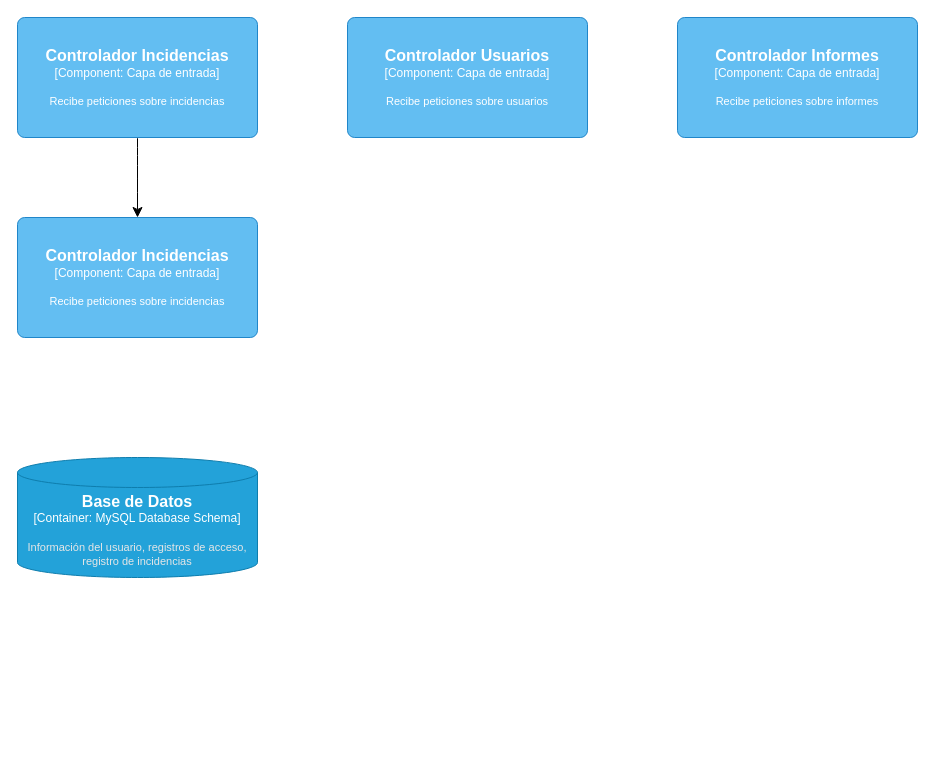
Above: Diagrams/DiagramaC4(Nivel3).drawio in javimoralesg/UrbanDesk (draw.io), before the change. Source tidied: cells renumbered, new cells numbered last; positions are measured from the earlier drawing's top-left corner, leaving out a move shared by most shapes. Both pictures are drawn from the tidied source at 100%, with x=0, y=0 at pixel (17, 17).
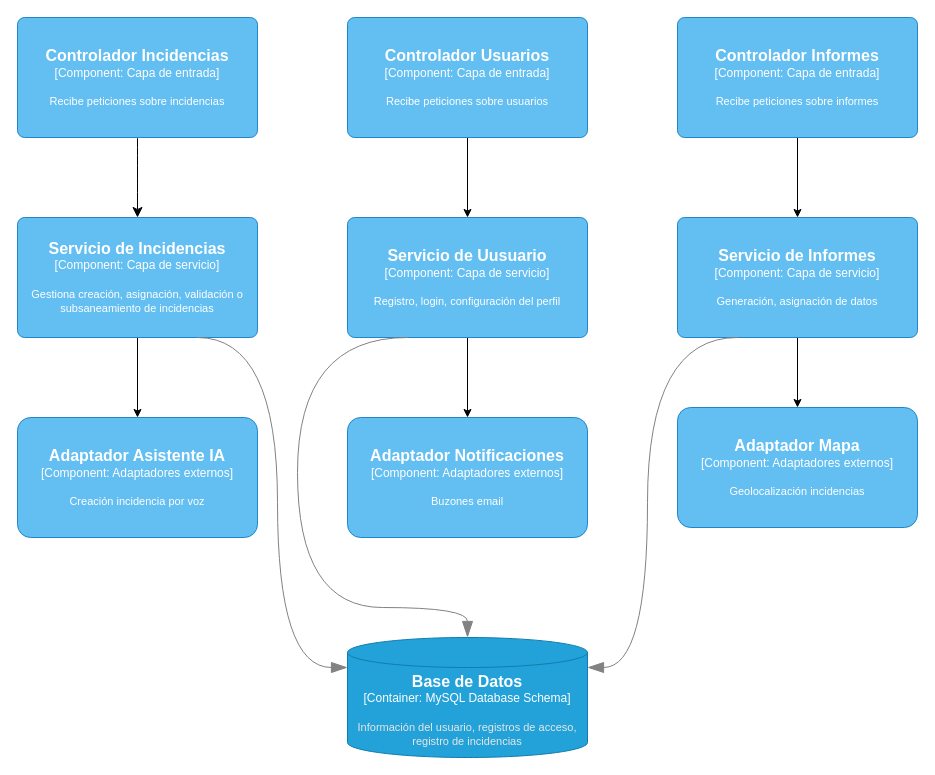
Above is the later version.

Commit message:
Correcciones en el DiagramaC4 (Nivel3)

Change to the diagram source:
```diff
@@
-    <mxCell id="0" />
-    <mxCell id="1" parent="0" />
+    <mxCell id="8" />
+    <mxCell id="9" parent="8" />
     <object id="2" label="&lt;font style=&quot;font-size: 16px&quot;&gt;&lt;b&gt;%c4Name%&lt;/b&gt;&lt;/font&gt;&lt;div&gt;[%c4Type%:&amp;nbsp;%c4Technology%]&lt;/div&gt;&lt;br&gt;&lt;div&gt;&lt;font style=&quot;font-size: 11px&quot;&gt;&lt;font color=&quot;#E6E6E6&quot;&gt;%c4Description%&lt;/font&gt;&lt;/div&gt;" c4Description="Información del usuario, registros de acceso, registro de incidencias" c4Name="Base de Datos" c4Technology="MySQL Database Schema" c4Type="Container" placeholders="1">
-      <mxCell style="shape=cylinder3;size=15;whiteSpace=wrap;html=1;boundedLbl=1;rounded=0;labelBackgroundColor=none;fillColor=#23A2D9;fontSize=12;fontColor=#ffffff;align=center;strokeColor=#0E7DAD;points=[[0.5,0,0],[1,0.25,0],[1,0.5,0],[1,0.75,0],[0.5,1,0],[0,0.75,0],[0,0.5,0],[0,0.25,0]];" parent="1" vertex="1">
-        <mxGeometry y="440" width="240" height="120" as="geometry" />
+      <mxCell style="shape=cylinder3;size=15;whiteSpace=wrap;html=1;boundedLbl=1;rounded=0;labelBackgroundColor=none;fillColor=#23A2D9;fontSize=12;fontColor=#ffffff;align=center;strokeColor=#0E7DAD;points=[[0.5,0,0],[1,0.25,0],[1,0.5,0],[1,0.75,0],[0.5,1,0],[0,0.75,0],[0,0.5,0],[0,0.25,0]];" parent="9" vertex="1">
+        <mxGeometry x="330" y="620" width="240" height="120" as="geometry" />
       </mxCell>
     </object>
-    <mxCell id="3" style="edgeStyle=none;curved=1;rounded=0;jettySize=auto;html=1;fontSize=12;startSize=8;endSize=8;" parent="1" edge="1" source="4" target="7">
-      <mxGeometry relative="1" as="geometry" />
-    </mxCell>
-    <object id="4" label="&lt;font style=&quot;font-size: 16px&quot;&gt;&lt;b&gt;%c4Name%&lt;/b&gt;&lt;/font&gt;&lt;div&gt;[%c4Type%: %c4Technology%]&lt;/div&gt;&lt;br&gt;&lt;div&gt;&lt;font style=&quot;font-size: 11px&quot;&gt;%c4Description%&lt;/font&gt;&lt;/div&gt;" c4Description="Recibe peticiones sobre incidencias" c4Name="Controlador Incidencias" c4Technology="Capa de entrada" c4Type="Component" placeholders="1">
-      <mxCell style="rounded=1;whiteSpace=wrap;html=1;labelBackgroundColor=none;fillColor=#63BEF2;fontColor=#ffffff;align=center;arcSize=6;strokeColor=#2086C9;points=[[0.25,0,0],[0.5,0,0],[0.75,0,0],[1,0.25,0],[1,0.5,0],[1,0.75,0],[0.75,1,0],[0.5,1,0],[0.25,1,0],[0,0.75,0],[0,0.5,0],[0,0.25,0]];" parent="1" vertex="1">
-        <mxGeometry width="240" height="120" as="geometry" />
-      </mxCell>
-    </object>
+    <mxCell id="10" style="edgeStyle=none;curved=1;rounded=0;jettySize=auto;html=1;fontSize=12;startSize=8;endSize=8;" parent="9" edge="1" source="11" target="15">
+      <mxGeometry relative="1" as="geometry" />
+    </mxCell>
+    <object id="11" label="&lt;font style=&quot;font-size: 16px&quot;&gt;&lt;b&gt;%c4Name%&lt;/b&gt;&lt;/font&gt;&lt;div&gt;[%c4Type%: %c4Technology%]&lt;/div&gt;&lt;br&gt;&lt;div&gt;&lt;font style=&quot;font-size: 11px&quot;&gt;%c4Description%&lt;/font&gt;&lt;/div&gt;" c4Description="Recibe peticiones sobre incidencias" c4Name="Controlador Incidencias" c4Technology="Capa de entrada" c4Type="Component" placeholders="1">
+      <mxCell style="rounded=1;whiteSpace=wrap;html=1;labelBackgroundColor=none;fillColor=#63BEF2;fontColor=#ffffff;align=center;arcSize=6;strokeColor=#2086C9;points=[[0.25,0,0],[0.5,0,0],[0.75,0,0],[1,0.25,0],[1,0.5,0],[1,0.75,0],[0.75,1,0],[0.5,1,0],[0.25,1,0],[0,0.75,0],[0,0.5,0],[0,0.25,0]];" parent="9" vertex="1">
+        <mxGeometry width="240" height="120" as="geometry" />
+      </mxCell>
+    </object>
+    <mxCell id="12" style="edgeStyle=orthogonalEdgeStyle;rounded=0;jettySize=auto;html=1;" parent="9" edge="1" source="5" target="17">
+      <mxGeometry relative="1" as="geometry" />
+    </mxCell>
     <object id="5" label="&lt;font style=&quot;font-size: 16px&quot;&gt;&lt;b&gt;%c4Name%&lt;/b&gt;&lt;/font&gt;&lt;div&gt;[%c4Type%: %c4Technology%]&lt;/div&gt;&lt;br&gt;&lt;div&gt;&lt;font style=&quot;font-size: 11px&quot;&gt;%c4Description%&lt;/font&gt;&lt;/div&gt;" c4Description="Recibe peticiones sobre usuarios" c4Name="Controlador Usuarios" c4Technology="Capa de entrada" c4Type="Component" placeholders="1">
-      <mxCell style="rounded=1;whiteSpace=wrap;html=1;labelBackgroundColor=none;fillColor=#63BEF2;fontColor=#ffffff;align=center;arcSize=6;strokeColor=#2086C9;points=[[0.25,0,0],[0.5,0,0],[0.75,0,0],[1,0.25,0],[1,0.5,0],[1,0.75,0],[0.75,1,0],[0.5,1,0],[0.25,1,0],[0,0.75,0],[0,0.5,0],[0,0.25,0]];" parent="1" vertex="1">
+      <mxCell style="rounded=1;whiteSpace=wrap;html=1;labelBackgroundColor=none;fillColor=#63BEF2;fontColor=#ffffff;align=center;arcSize=6;strokeColor=#2086C9;points=[[0.25,0,0],[0.5,0,0],[0.75,0,0],[1,0.25,0],[1,0.5,0],[1,0.75,0],[0.75,1,0],[0.5,1,0],[0.25,1,0],[0,0.75,0],[0,0.5,0],[0,0.25,0]];" parent="9" vertex="1">
         <mxGeometry x="330" width="240" height="120" as="geometry" />
       </mxCell>
     </object>
+    <mxCell id="13" style="edgeStyle=orthogonalEdgeStyle;rounded=0;jettySize=auto;html=1;" parent="9" edge="1" source="6" target="19">
+      <mxGeometry relative="1" as="geometry" />
+    </mxCell>
     <object id="6" label="&lt;font style=&quot;font-size: 16px&quot;&gt;&lt;b&gt;%c4Name%&lt;/b&gt;&lt;/font&gt;&lt;div&gt;[%c4Type%: %c4Technology%]&lt;/div&gt;&lt;br&gt;&lt;div&gt;&lt;font style=&quot;font-size: 11px&quot;&gt;%c4Description%&lt;/font&gt;&lt;/div&gt;" c4Description="Recibe peticiones sobre informes" c4Name="Controlador Informes" c4Technology="Capa de entrada" c4Type="Component" placeholders="1">
-      <mxCell style="rounded=1;whiteSpace=wrap;html=1;labelBackgroundColor=none;fillColor=#63BEF2;fontColor=#ffffff;align=center;arcSize=6;strokeColor=#2086C9;points=[[0.25,0,0],[0.5,0,0],[0.75,0,0],[1,0.25,0],[1,0.5,0],[1,0.75,0],[0.75,1,0],[0.5,1,0],[0.25,1,0],[0,0.75,0],[0,0.5,0],[0,0.25,0]];" parent="1" vertex="1">
+      <mxCell style="rounded=1;whiteSpace=wrap;html=1;labelBackgroundColor=none;fillColor=#63BEF2;fontColor=#ffffff;align=center;arcSize=6;strokeColor=#2086C9;points=[[0.25,0,0],[0.5,0,0],[0.75,0,0],[1,0.25,0],[1,0.5,0],[1,0.75,0],[0.75,1,0],[0.5,1,0],[0.25,1,0],[0,0.75,0],[0,0.5,0],[0,0.25,0]];" parent="9" vertex="1">
         <mxGeometry x="660" width="240" height="120" as="geometry" />
       </mxCell>
     </object>
-    <object id="7" label="&lt;font style=&quot;font-size: 16px&quot;&gt;&lt;b&gt;%c4Name%&lt;/b&gt;&lt;/font&gt;&lt;div&gt;[%c4Type%: %c4Technology%]&lt;/div&gt;&lt;br&gt;&lt;div&gt;&lt;font style=&quot;font-size: 11px&quot;&gt;%c4Description%&lt;/font&gt;&lt;/div&gt;" c4Description="Recibe peticiones sobre incidencias" c4Name="Controlador Incidencias" c4Technology="Capa de entrada" c4Type="Component" placeholders="1">
-      <mxCell style="rounded=1;whiteSpace=wrap;html=1;labelBackgroundColor=none;fillColor=#63BEF2;fontColor=#ffffff;align=center;arcSize=6;strokeColor=#2086C9;points=[[0.25,0,0],[0.5,0,0],[0.75,0,0],[1,0.25,0],[1,0.5,0],[1,0.75,0],[0.75,1,0],[0.5,1,0],[0.25,1,0],[0,0.75,0],[0,0.5,0],[0,0.25,0]];" parent="1" vertex="1">
-        <mxGeometry y="200" width="240" height="120" as="geometry" />
-      </mxCell>
-    </object>
+    <mxCell id="14" style="edgeStyle=orthogonalEdgeStyle;rounded=0;jettySize=auto;html=1;" parent="9" edge="1" source="15" target="20">
+      <mxGeometry relative="1" as="geometry" />
+    </mxCell>
+    <object id="15" label="&lt;font style=&quot;font-size: 16px&quot;&gt;&lt;b&gt;%c4Name%&lt;/b&gt;&lt;/font&gt;&lt;div&gt;[%c4Type%: %c4Technology%]&lt;/div&gt;&lt;br&gt;&lt;div&gt;&lt;font style=&quot;font-size: 11px&quot;&gt;%c4Description%&lt;/font&gt;&lt;/div&gt;" c4Description="Gestiona creación, asignación, validación o subsaneamiento de incidencias" c4Name="Servicio de Incidencias" c4Technology="Capa de servicio" c4Type="Component" placeholders="1">
+      <mxCell style="rounded=1;whiteSpace=wrap;html=1;labelBackgroundColor=none;fillColor=#63BEF2;fontColor=#ffffff;align=center;arcSize=6;strokeColor=#2086C9;points=[[0.25,0,0],[0.5,0,0],[0.75,0,0],[1,0.25,0],[1,0.5,0],[1,0.75,0],[0.75,1,0],[0.5,1,0],[0.25,1,0],[0,0.75,0],[0,0.5,0],[0,0.25,0]];" parent="9" vertex="1">
+        <mxGeometry y="200" width="240" height="120" as="geometry" />
+      </mxCell>
+    </object>
+    <mxCell id="16" style="edgeStyle=orthogonalEdgeStyle;rounded=0;jettySize=auto;html=1;" parent="9" edge="1" source="17" target="22">
+      <mxGeometry relative="1" as="geometry" />
+    </mxCell>
+    <object id="17" label="&lt;font style=&quot;font-size: 16px&quot;&gt;&lt;b&gt;%c4Name%&lt;/b&gt;&lt;/font&gt;&lt;div&gt;[%c4Type%: %c4Technology%]&lt;/div&gt;&lt;br&gt;&lt;div&gt;&lt;font style=&quot;font-size: 11px&quot;&gt;%c4Description%&lt;/font&gt;&lt;/div&gt;" c4Description="Registro, login, configuración del perfil" c4Name="Servicio de Uusuario" c4Technology="Capa de servicio" c4Type="Component" placeholders="1">
+      <mxCell style="rounded=1;whiteSpace=wrap;html=1;labelBackgroundColor=none;fillColor=#63BEF2;fontColor=#ffffff;align=center;arcSize=6;strokeColor=#2086C9;points=[[0.25,0,0],[0.5,0,0],[0.75,0,0],[1,0.25,0],[1,0.5,0],[1,0.75,0],[0.75,1,0],[0.5,1,0],[0.25,1,0],[0,0.75,0],[0,0.5,0],[0,0.25,0]];" parent="9" vertex="1">
+        <mxGeometry x="330" y="200" width="240" height="120" as="geometry" />
+      </mxCell>
+    </object>
+    <mxCell id="18" style="edgeStyle=orthogonalEdgeStyle;rounded=0;jettySize=auto;html=1;" parent="9" edge="1" source="19" target="21">
+      <mxGeometry relative="1" as="geometry" />
+    </mxCell>
+    <object id="19" label="&lt;font style=&quot;font-size: 16px&quot;&gt;&lt;b&gt;%c4Name%&lt;/b&gt;&lt;/font&gt;&lt;div&gt;[%c4Type%: %c4Technology%]&lt;/div&gt;&lt;br&gt;&lt;div&gt;&lt;font style=&quot;font-size: 11px&quot;&gt;%c4Description%&lt;/font&gt;&lt;/div&gt;" c4Description="Generación, asignación de datos" c4Name="Servicio de Informes" c4Technology="Capa de servicio" c4Type="Component" placeholders="1">
+      <mxCell style="rounded=1;whiteSpace=wrap;html=1;labelBackgroundColor=none;fillColor=#63BEF2;fontColor=#ffffff;align=center;arcSize=6;strokeColor=#2086C9;points=[[0.25,0,0],[0.5,0,0],[0.75,0,0],[1,0.25,0],[1,0.5,0],[1,0.75,0],[0.75,1,0],[0.5,1,0],[0.25,1,0],[0,0.75,0],[0,0.5,0],[0,0.25,0]];" parent="9" vertex="1">
+        <mxGeometry x="660" y="200" width="240" height="120" as="geometry" />
+      </mxCell>
+    </object>
+    <object id="20" label="&lt;font style=&quot;font-size: 16px&quot;&gt;&lt;b&gt;%c4Name%&lt;/b&gt;&lt;/font&gt;&lt;div&gt;[%c4Type%: %c4Technology%]&lt;/div&gt;&lt;br&gt;&lt;div&gt;&lt;font style=&quot;font-size: 11px&quot;&gt;%c4Description%&lt;/font&gt;&lt;/div&gt;" c4Description="Creación incidencia por voz" c4Name="Adaptador Asistente IA" c4Technology="Adaptadores externos" c4Type="Component" placeholders="1">
+      <mxCell style="rounded=1;whiteSpace=wrap;html=1;labelBackgroundColor=none;fillColor=#63BEF2;fontColor=#ffffff;align=center;arcSize=11;strokeColor=#2086C9;points=[[0.25,0,0],[0.5,0,0],[0.75,0,0],[1,0.25,0],[1,0.5,0],[1,0.75,0],[0.75,1,0],[0.5,1,0],[0.25,1,0],[0,0.75,0],[0,0.5,0],[0,0.25,0]];" parent="9" vertex="1">
+        <mxGeometry y="400" width="240" height="120" as="geometry" />
+      </mxCell>
+    </object>
+    <object id="21" label="&lt;font style=&quot;font-size: 16px&quot;&gt;&lt;b&gt;%c4Name%&lt;/b&gt;&lt;/font&gt;&lt;div&gt;[%c4Type%: %c4Technology%]&lt;/div&gt;&lt;br&gt;&lt;div&gt;&lt;font style=&quot;font-size: 11px&quot;&gt;%c4Description%&lt;/font&gt;&lt;/div&gt;" c4Description="Geolocalización incidencias" c4Name="Adaptador Mapa" c4Technology="Adaptadores externos" c4Type="Component" placeholders="1">
+      <mxCell style="rounded=1;whiteSpace=wrap;html=1;labelBackgroundColor=none;fillColor=#63BEF2;fontColor=#ffffff;align=center;arcSize=11;strokeColor=#2086C9;points=[[0.25,0,0],[0.5,0,0],[0.75,0,0],[1,0.25,0],[1,0.5,0],[1,0.75,0],[0.75,1,0],[0.5,1,0],[0.25,1,0],[0,0.75,0],[0,0.5,0],[0,0.25,0]];" parent="9" vertex="1">
+        <mxGeometry x="660" y="390" width="240" height="120" as="geometry" />
+      </mxCell>
+    </object>
+    <object id="22" label="&lt;font style=&quot;font-size: 16px&quot;&gt;&lt;b&gt;%c4Name%&lt;/b&gt;&lt;/font&gt;&lt;div&gt;[%c4Type%: %c4Technology%]&lt;/div&gt;&lt;br&gt;&lt;div&gt;&lt;font style=&quot;font-size: 11px&quot;&gt;%c4Description%&lt;/font&gt;&lt;/div&gt;" c4Description="Buzones email" c4Name="Adaptador Notificaciones" c4Technology="Adaptadores externos" c4Type="Component" placeholders="1">
+      <mxCell style="rounded=1;whiteSpace=wrap;html=1;labelBackgroundColor=none;fillColor=#63BEF2;fontColor=#ffffff;align=center;arcSize=11;strokeColor=#2086C9;points=[[0.25,0,0],[0.5,0,0],[0.75,0,0],[1,0.25,0],[1,0.5,0],[1,0.75,0],[0.75,1,0],[0.5,1,0],[0.25,1,0],[0,0.75,0],[0,0.5,0],[0,0.25,0]];" parent="9" vertex="1">
+        <mxGeometry x="330" y="400" width="240" height="120" as="geometry" />
+      </mxCell>
+    </object>
+    <mxCell id="23" style="endArrow=blockThin;html=1;fontSize=10;fontColor=#404040;strokeWidth=1;endFill=1;strokeColor=#828282;elbow=vertical;endSize=14;startSize=14;jumpStyle=arc;jumpSize=16;rounded=0;edgeStyle=orthogonalEdgeStyle;exitX=0.25;exitY=1;exitDx=0;exitDy=0;exitPerimeter=0;entryX=1;entryY=0.25;entryDx=0;entryDy=0;entryPerimeter=0;curved=1;" parent="9" edge="1" source="19" target="2">
+      <mxGeometry relative="1" as="geometry">
+        <Array as="points">
+          <mxPoint x="630" y="320" />
+          <mxPoint x="630" y="650" />
+        </Array>
+      </mxGeometry>
+    </mxCell>
+    <mxCell id="24" style="endArrow=blockThin;html=1;fontSize=10;fontColor=#404040;strokeWidth=1;endFill=1;strokeColor=#828282;elbow=vertical;endSize=14;startSize=14;jumpStyle=arc;jumpSize=16;rounded=0;edgeStyle=orthogonalEdgeStyle;exitX=0.75;exitY=1;exitDx=0;exitDy=0;exitPerimeter=0;entryX=0;entryY=0.25;entryDx=0;entryDy=0;entryPerimeter=0;curved=1;" parent="9" edge="1" source="15" target="2">
+      <mxGeometry relative="1" as="geometry">
+        <Array as="points">
+          <mxPoint x="260" y="320" />
+          <mxPoint x="260" y="650" />
+        </Array>
+      </mxGeometry>
+    </mxCell>
+    <mxCell id="25" style="endArrow=blockThin;html=1;fontSize=10;fontColor=#404040;strokeWidth=1;endFill=1;strokeColor=#828282;elbow=vertical;endSize=14;startSize=14;jumpStyle=arc;jumpSize=16;rounded=0;edgeStyle=orthogonalEdgeStyle;exitX=0.25;exitY=1;exitDx=0;exitDy=0;exitPerimeter=0;entryX=0.5;entryY=0;entryDx=0;entryDy=0;entryPerimeter=0;curved=1;" parent="9" edge="1" source="17" target="2">
+      <mxGeometry relative="1" as="geometry">
+        <Array as="points">
+          <mxPoint x="280" y="320" />
+          <mxPoint x="280" y="590" />
+          <mxPoint x="450" y="590" />
+        </Array>
+      </mxGeometry>
+    </mxCell>
```
